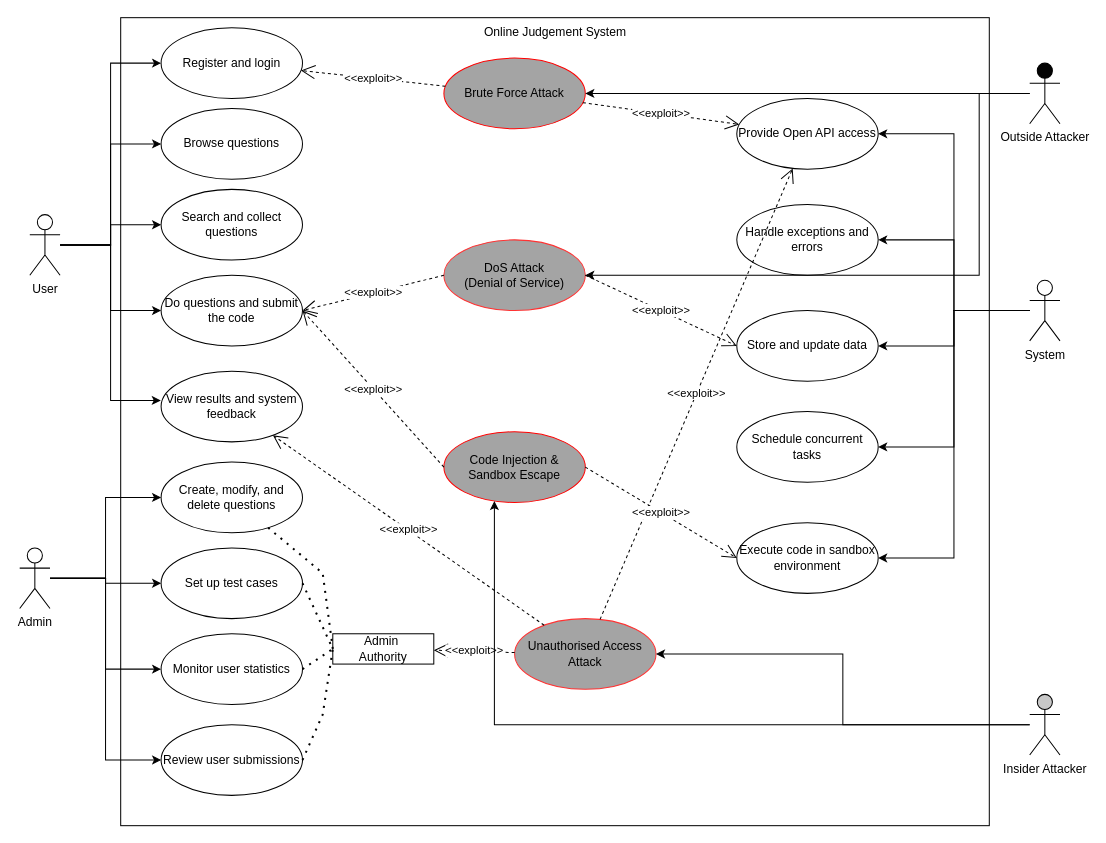
Before: 未命名绘图.drawio in paasche0906/draw.io, a draw.io diagram. Source tidied: cells renumbered, new cells numbered last; positions are measured from the earlier drawing's top-left corner, leaving out a move shared by most shapes. Both pictures are drawn from the tidied source at 101%, with x=0, y=0 at pixel (19, 17).
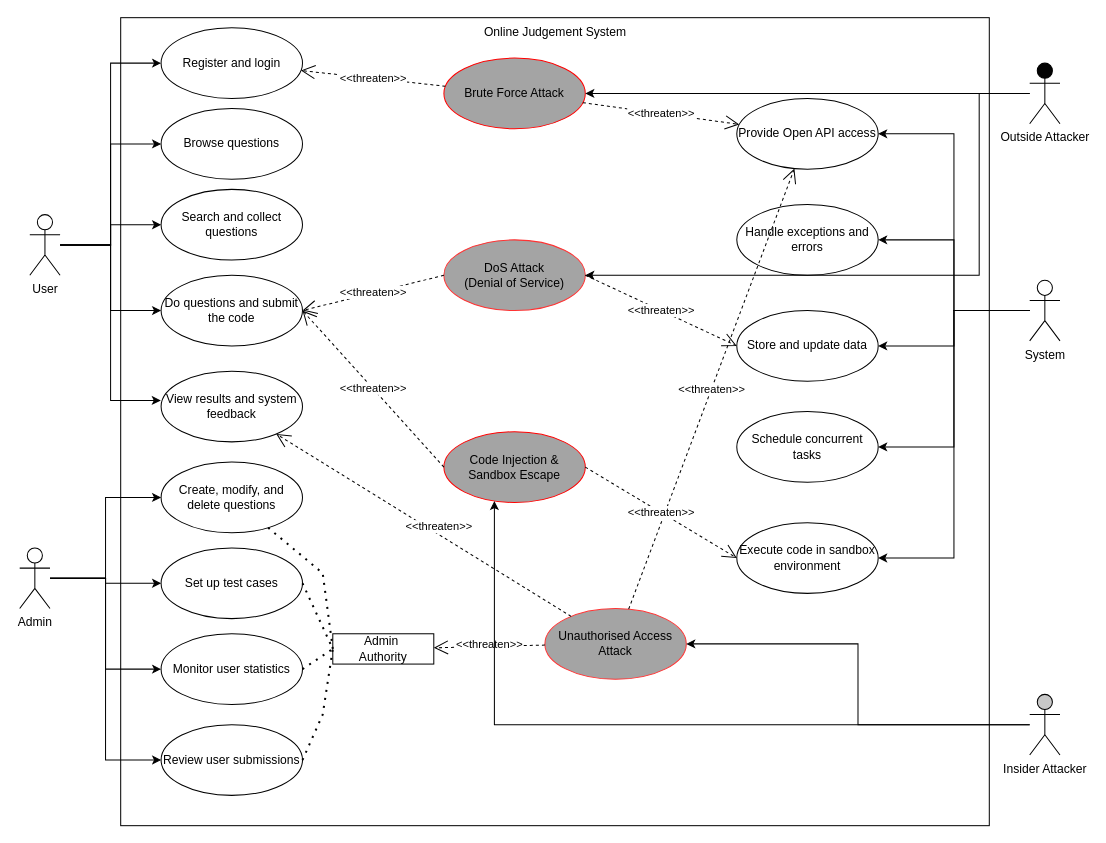
The same page after the edit.

Commit message:
更新未命名绘图.drawio

The change refers to these unchanged cells:
```xml
<mxCell id="20" value="Register and login" style="ellipse;whiteSpace=wrap;html=1;" parent="1" vertex="1">
  <mxGeometry x="140" y="10" width="140" height="70" as="geometry" />
</mxCell>
<mxCell id="23" value="Do questions and submit the code" style="ellipse;whiteSpace=wrap;html=1;" parent="1" vertex="1">
  <mxGeometry x="140" y="255" width="140" height="70" as="geometry" />
</mxCell>
<mxCell id="24" value="View results and system feedback" style="ellipse;whiteSpace=wrap;html=1;" parent="1" vertex="1">
  <mxGeometry x="140" y="350" width="140" height="70" as="geometry" />
</mxCell>
<mxCell id="29" value="Execute code in sandbox environment" style="ellipse;whiteSpace=wrap;html=1;" parent="1" vertex="1">
  <mxGeometry x="710" y="500" width="140" height="70" as="geometry" />
</mxCell>
<mxCell id="31" value="Store and update data" style="ellipse;whiteSpace=wrap;html=1;" parent="1" vertex="1">
  <mxGeometry x="710" y="290" width="140" height="70" as="geometry" />
</mxCell>
<mxCell id="33" value="Provide Open API access" style="ellipse;whiteSpace=wrap;html=1;" parent="1" vertex="1">
  <mxGeometry x="710" y="80" width="140" height="70" as="geometry" />
</mxCell>
<mxCell id="37" value="Brute Force Attack" style="ellipse;whiteSpace=wrap;html=1;fillColor=#A4A4A4;strokeColor=#FF0000;" parent="1" vertex="1">
  <mxGeometry x="420" y="40" width="140" height="70" as="geometry" />
</mxCell>
<mxCell id="41" value="Admin&amp;nbsp;&lt;div&gt;Authority&lt;/div&gt;" style="rounded=0;whiteSpace=wrap;html=1;" parent="1" vertex="1">
  <mxGeometry x="310" y="610" width="100" height="30" as="geometry" />
</mxCell>
<mxCell id="47" value="Code Injection &amp;amp;&lt;div&gt;Sandbox Escape&lt;/div&gt;" style="ellipse;whiteSpace=wrap;html=1;fillColor=#A4A4A4;strokeColor=#FF0000;" parent="1" vertex="1">
  <mxGeometry x="420" y="410" width="140" height="70" as="geometry" />
</mxCell>
<mxCell id="50" value="DoS Attack&lt;div&gt;(Denial of Service)&lt;/div&gt;" style="ellipse;whiteSpace=wrap;html=1;fillColor=#A4A4A4;strokeColor=#FF3333;" parent="1" vertex="1">
  <mxGeometry x="420" y="220" width="140" height="70" as="geometry" />
</mxCell>
```

Change to the diagram source:
```diff
@@
     <mxCell id="35" value="Unauthorised Access Attack" style="ellipse;whiteSpace=wrap;html=1;fillColor=#A4A4A4;strokeColor=#FF3333;" parent="1" vertex="1">
-      <mxGeometry x="490" y="595" width="140" height="70" as="geometry" />
+      <mxGeometry x="520" y="585" width="140" height="70" as="geometry" />
     </mxCell>
-    <mxCell id="36" value="&amp;lt;&amp;lt;exploit&amp;gt;&amp;gt;" style="endArrow=open;endSize=12;dashed=1;html=1;rounded=0;" parent="1" edge="1" source="35" target="33">
+    <mxCell id="36" value="&amp;lt;&amp;lt;threaten&amp;gt;&amp;gt;" style="endArrow=open;endSize=12;dashed=1;html=1;rounded=0;" parent="1" edge="1" source="35" target="33">
       <mxGeometry relative="1" as="geometry" />
     </mxCell>
@@
-    <mxCell id="38" value="&amp;lt;&amp;lt;exploit&amp;gt;&amp;gt;" style="endArrow=open;endSize=12;dashed=1;html=1;rounded=0;" parent="1" edge="1" source="37" target="20">
+    <mxCell id="38" value="&amp;lt;&amp;lt;threaten&amp;gt;&amp;gt;" style="endArrow=open;endSize=12;dashed=1;html=1;rounded=0;" parent="1" edge="1" source="37" target="20">
       <mxGeometry relative="1" as="geometry" />
     </mxCell>
-    <mxCell id="39" value="&amp;lt;&amp;lt;exploit&amp;gt;&amp;gt;" style="endArrow=open;endSize=12;dashed=1;html=1;rounded=0;" parent="1" edge="1" source="37" target="33">
+    <mxCell id="39" value="&amp;lt;&amp;lt;threaten&amp;gt;&amp;gt;" style="endArrow=open;endSize=12;dashed=1;html=1;rounded=0;" parent="1" edge="1" source="37" target="33">
       <mxGeometry relative="1" as="geometry" />
     </mxCell>
-    <mxCell id="40" value="&amp;lt;&amp;lt;exploit&amp;gt;&amp;gt;" style="endArrow=open;endSize=12;dashed=1;html=1;rounded=0;" parent="1" edge="1" source="35" target="24">
-      <mxGeometry relative="1" as="geometry" />
+    <mxCell id="40" value="&amp;lt;&amp;lt;threaten&amp;gt;&amp;gt;" style="endArrow=open;endSize=12;dashed=1;html=1;rounded=0;" parent="1" edge="1" source="35" target="24">
+      <mxGeometry x="-0.08" y="-7" relative="1" as="geometry" />
     </mxCell>
@@
-    <mxCell id="46" value="&amp;lt;&amp;lt;exploit&amp;gt;&amp;gt;" style="endArrow=open;endSize=12;dashed=1;html=1;rounded=0;" parent="1" edge="1" source="35" target="41">
-      <mxGeometry relative="1" as="geometry" />
+    <mxCell id="46" value="&amp;lt;&amp;lt;threaten&amp;gt;&amp;gt;" style="endArrow=open;endSize=12;dashed=1;html=1;rounded=0;" parent="1" edge="1" source="35" target="41">
+      <mxGeometry y="-2" relative="1" as="geometry" />
     </mxCell>
@@
-    <mxCell id="48" value="&amp;lt;&amp;lt;exploit&amp;gt;&amp;gt;" style="endArrow=open;endSize=12;dashed=1;html=1;rounded=0;exitX=0;exitY=0.5;exitDx=0;exitDy=0;entryX=1;entryY=0.5;entryDx=0;entryDy=0;" parent="1" edge="1" source="47" target="23">
-      <mxGeometry relative="1" as="geometry" />
+    <mxCell id="48" value="&amp;lt;&amp;lt;threaten&amp;gt;&amp;gt;" style="endArrow=open;endSize=12;dashed=1;html=1;rounded=0;exitX=0;exitY=0.5;exitDx=0;exitDy=0;entryX=1;entryY=0.5;entryDx=0;entryDy=0;" parent="1" edge="1" source="47" target="23">
+      <mxGeometry x="0.01" relative="1" as="geometry" />
     </mxCell>
-    <mxCell id="49" value="&amp;lt;&amp;lt;exploit&amp;gt;&amp;gt;" style="endArrow=open;endSize=12;dashed=1;html=1;rounded=0;exitX=1;exitY=0.5;exitDx=0;exitDy=0;entryX=0;entryY=0.5;entryDx=0;entryDy=0;" parent="1" edge="1" source="47" target="29">
-      <mxGeometry relative="1" as="geometry" />
+    <mxCell id="49" value="&amp;lt;&amp;lt;threaten&amp;gt;&amp;gt;" style="endArrow=open;endSize=12;dashed=1;html=1;rounded=0;exitX=1;exitY=0.5;exitDx=0;exitDy=0;entryX=0;entryY=0.5;entryDx=0;entryDy=0;" parent="1" edge="1" source="47" target="29">
+      <mxGeometry x="0.01" relative="1" as="geometry" />
     </mxCell>
@@
-    <mxCell id="51" value="&amp;lt;&amp;lt;exploit&amp;gt;&amp;gt;" style="endArrow=open;endSize=12;dashed=1;html=1;rounded=0;exitX=1;exitY=0.5;exitDx=0;exitDy=0;entryX=0;entryY=0.5;entryDx=0;entryDy=0;" parent="1" edge="1" source="50" target="31">
+    <mxCell id="51" value="&amp;lt;&amp;lt;threaten&amp;gt;&amp;gt;" style="endArrow=open;endSize=12;dashed=1;html=1;rounded=0;exitX=1;exitY=0.5;exitDx=0;exitDy=0;entryX=0;entryY=0.5;entryDx=0;entryDy=0;" parent="1" edge="1" source="50" target="31">
       <mxGeometry relative="1" as="geometry" />
     </mxCell>
-    <mxCell id="52" value="&amp;lt;&amp;lt;exploit&amp;gt;&amp;gt;" style="endArrow=open;endSize=12;dashed=1;html=1;rounded=0;exitX=0;exitY=0.5;exitDx=0;exitDy=0;entryX=1;entryY=0.5;entryDx=0;entryDy=0;" parent="1" edge="1" source="50" target="23">
+    <mxCell id="52" value="&amp;lt;&amp;lt;threaten&amp;gt;&amp;gt;" style="endArrow=open;endSize=12;dashed=1;html=1;rounded=0;exitX=0;exitY=0.5;exitDx=0;exitDy=0;entryX=1;entryY=0.5;entryDx=0;entryDy=0;" parent="1" edge="1" source="50" target="23">
       <mxGeometry relative="1" as="geometry" />
     </mxCell>
```
